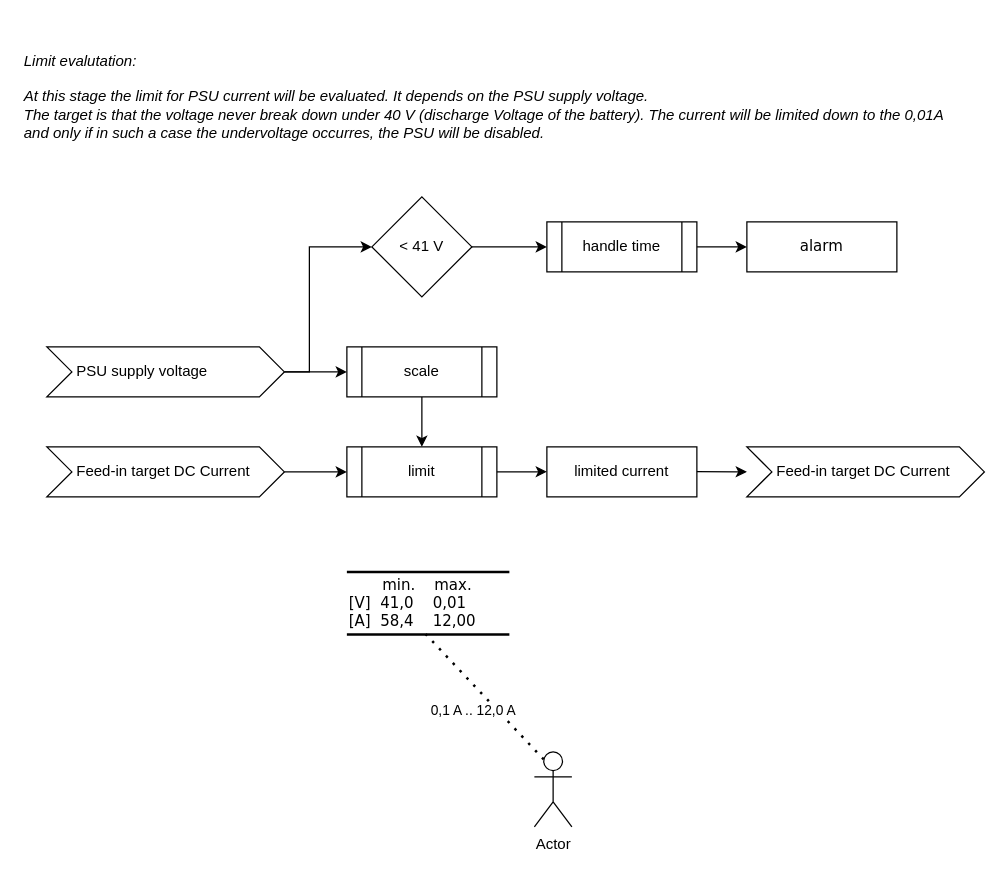
Above: page "battery guard" (1 of 3) of docs/images/pvzero.drawio in JoTid/PVZero (draw.io), before the change. Source tidied: cells renumbered, new cells numbered last; positions are measured from the earlier drawing's top-left corner, leaving out a move shared by most shapes. Both pictures are drawn from the tidied source at 125%, with x=0, y=0 at pixel (21, 21).
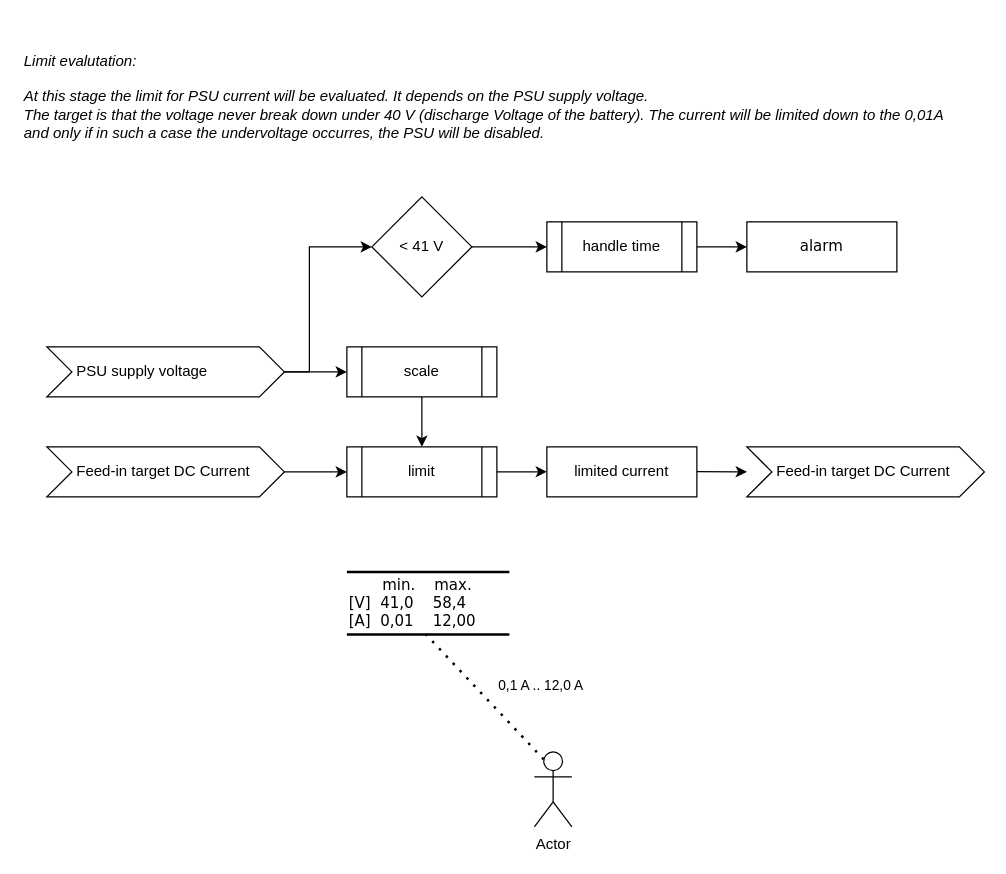
The same page after the edit.

What changed in the source:
```diff
@@
-    <mxCell id="5" value="&amp;nbsp; &amp;nbsp; &amp;nbsp; &amp;nbsp;min.&amp;nbsp; &amp;nbsp; max.&lt;div&gt;[V]&amp;nbsp; 41,0&amp;nbsp; &amp;nbsp; 0,01&lt;br&gt;[A]&amp;nbsp; 58,4&amp;nbsp; &amp;nbsp; 12,00&lt;/div&gt;" style="html=1;rounded=0;shadow=0;comic=0;labelBackgroundColor=none;strokeWidth=2;fontFamily=Verdana;fontSize=12;align=left;shape=mxgraph.ios7ui.horLines;fillColor=none;" parent="1" vertex="1">
+    <mxCell id="5" value="&amp;nbsp; &amp;nbsp; &amp;nbsp; &amp;nbsp;min.&amp;nbsp; &amp;nbsp; max.&lt;div&gt;[V]&amp;nbsp; 41,0&amp;nbsp; &amp;nbsp; 58,4&lt;br&gt;[A]&amp;nbsp; 0,01&amp;nbsp; &amp;nbsp; 12,00&lt;/div&gt;" style="html=1;rounded=0;shadow=0;comic=0;labelBackgroundColor=none;strokeWidth=2;fontFamily=Verdana;fontSize=12;align=left;shape=mxgraph.ios7ui.horLines;fillColor=none;" parent="1" vertex="1">
       <mxGeometry x="260" y="440" width="130" height="50" as="geometry" />
     </mxCell>
@@
     <mxCell id="10" value="0,1 A .. 12,0 A" style="edgeLabel;html=1;align=center;verticalAlign=middle;" parent="1" vertex="1">
-      <mxGeometry x="360" y="550" as="geometry" />
+      <mxGeometry x="414" y="530" as="geometry" />
     </mxCell>
```
